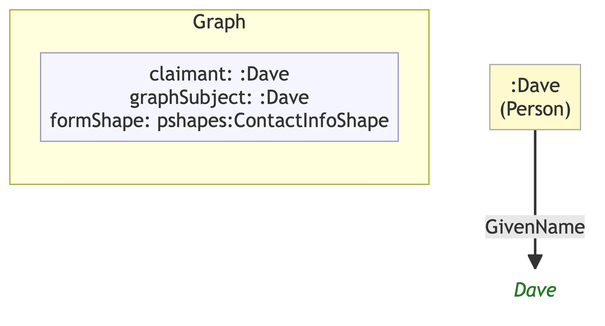
Above: example/graphs/images/graph-68.png in MeeFoundation/mia-ontologies (Mermaid), before the change. Its source is kept beside it as example/graphs/images/graph-68.mmd.
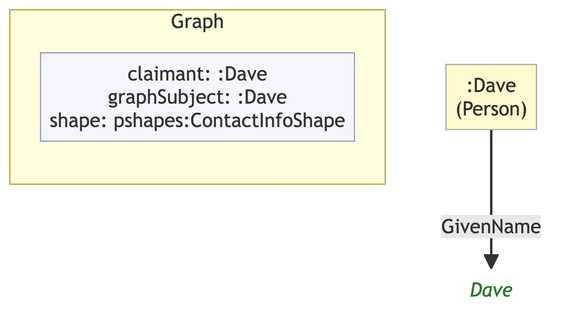
The same file after the commit.

What changed in the source:
```diff
@@ -7,10 +7,10 @@
 
     subgraph ctx["Graph"]
         direction LR
-        ctx_meta["claimant: :Dave\ngraphSubject: :Dave\nformShape: pshapes:ContactInfoShape"]:::meta
+        ctx_meta["claimant: :Dave\ngraphSubject: :Dave\nshape: pshapes:ContactInfoShape"]:::meta
     end
 
     nb69bdc5e9e9b[":Dave\n(Person)"]:::person
-    n4354e3f2a179("Dave"):::lit
+    n2ba35839efa5("Dave"):::lit
 
-    nb69bdc5e9e9b -->|"GivenName"| n4354e3f2a179
+    nb69bdc5e9e9b -->|"GivenName"| n2ba35839efa5
```
